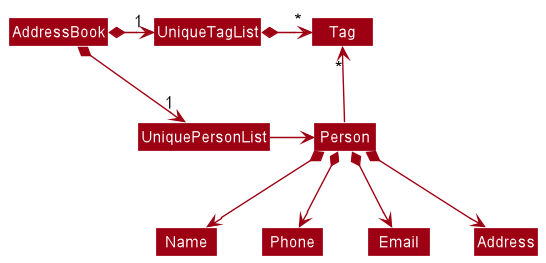
nus-cs2103-AY2122S1/tp keeps this PlantUML diagram as docs/images/BetterModelClassDiagram.png. Above is the earlier version.
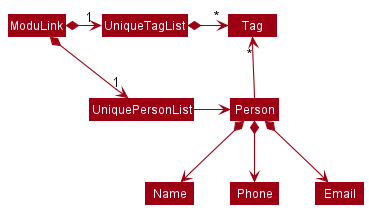
Later version of the same file.

Diff of the diagram source:
```diff
@@ -4,8 +4,8 @@
 skinparam arrowColor MODEL_COLOR
 skinparam classBackgroundColor MODEL_COLOR
 
-AddressBook *-right-> "1" UniquePersonList
-AddressBook *-right-> "1" UniqueTagList
+ModuLink *-right-> "1" UniquePersonList
+ModuLink *-right-> "1" UniqueTagList
 UniqueTagList -[hidden]down- UniquePersonList
 UniqueTagList -[hidden]down- UniquePersonList
 
@@ -17,5 +17,5 @@
 Person *--> Name
 Person *--> Phone
 Person *--> Email
-Person *--> Address
+
 @enduml
```
